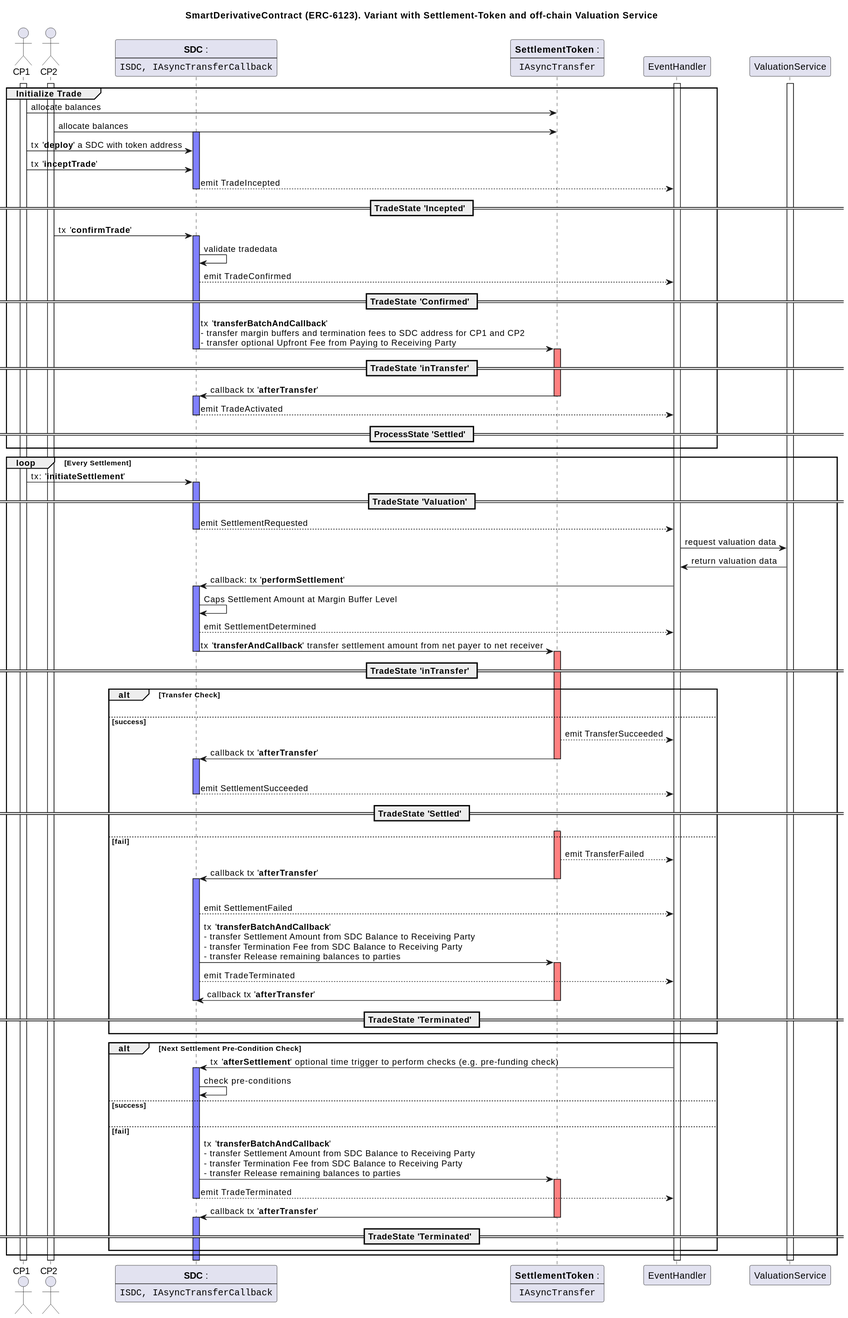
This is assets/erc-6123/doc/sequence.svg from ethereum/ERCs, a PlantUML export, as it was before one commit.
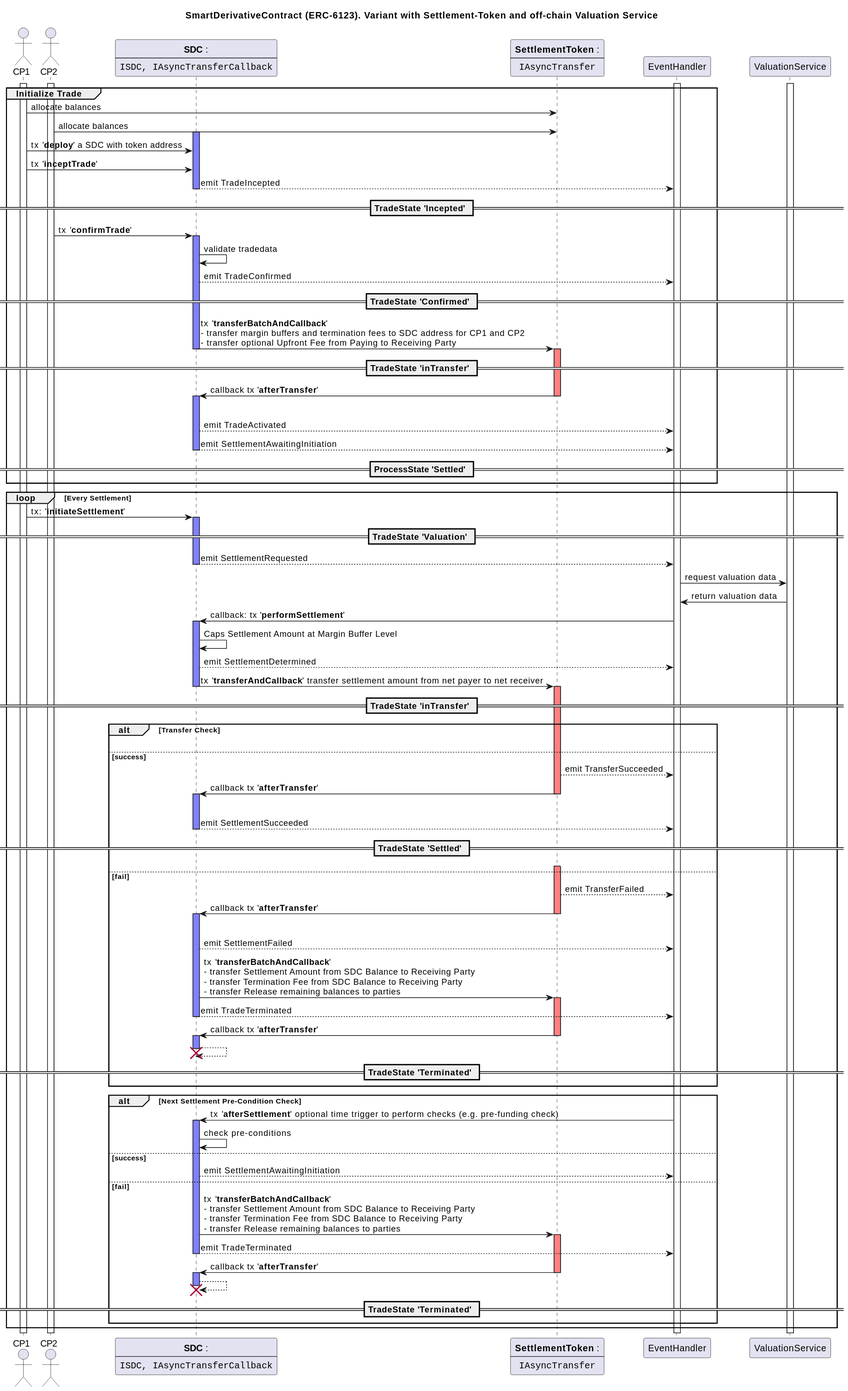
The same file after the commit.

Commit message:
Updated documentation to reflect afterSettlement in sequence diagram.

Change to the diagram source:
```diff
@@ -56,7 +56,11 @@
     deactivate SettlementToken
     activate SDC #8080FF
 
+    |||
     SDC-->EventHandler: emit TradeActivated
+
+
+    SDC-->EventHandler: emit SettlementAwaitingInitiation
     deactivate SDC
 
 ==ProcessState '**Settled**' ==
@@ -123,8 +127,14 @@
     activate SettlementToken #FF8080
     SDC-->EventHandler: emit TradeTerminated
 
+    deactivate SDC
 	SettlementToken->SDC: callback tx '**afterTransfer**'
     deactivate SettlementToken
+    activate SDC #8080FF
+
+    SDC-->SDC:
+
+    destroy SDC
     deactivate SDC
 
 == TradeState '**Terminated**' ==
@@ -138,7 +148,8 @@
 
     SDC-> SDC: check pre-conditions
 else success
-    |||
+
+    SDC-->EventHandler: emit SettlementAwaitingInitiation
 
 else fail
 
@@ -151,6 +162,9 @@
     deactivate SettlementToken
     activate SDC #8080FF
 
+    SDC-->SDC:
+    destroy SDC
+
 == TradeState '**Terminated**' ==
 end
 
```
